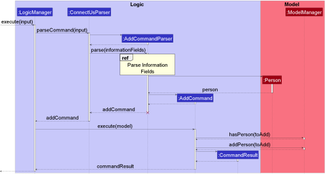
The PlantUML diagram docs/images/AddCommandSequenceDiagram.png in nus-cs2103-AY2223S2/tp, before a commit. Its diagram source:
```plantuml
@startuml
!include style.puml

skinparam defaultFontSize 40
skinparam SequenceReferencebackgroundColor LightYellow

box Logic LOGIC_COLOR_T1
participant ":LogicManager" as LogicManager LOGIC_COLOR
participant ":ConnectUsParser" as ConnectUsParser LOGIC_COLOR
participant ":AddCommandParser" as AddCommandParser LOGIC_COLOR
participant ":AddCommand" as AddCommand LOGIC_COLOR
participant ":CommandResult" as CommandResult LOGIC_COLOR
end box

box Model MODEL_COLOR_T1
participant ":Person" as Person MODEL_COLOR
participant ":ModelManager" as Model MODEL_COLOR
end box

[-> LogicManager : execute(input)
activate LogicManager

LogicManager -> ConnectUsParser : parseCommand(input)
activate ConnectUsParser

create AddCommandParser
ConnectUsParser -> AddCommandParser++
return

ConnectUsParser -> AddCommandParser:parse(informationFields)
activate AddCommandParser

ref over AddCommandParser
  Parse Information
  Fields
end

create Person
AddCommandParser -> Person++
return person

create AddCommand
AddCommandParser -> AddCommand++

return
return addCommand
destroy AddCommandParser
return addCommand
LogicManager->AddCommand++: execute(model)

AddCommand -> Model: hasPerson(toAdd)
activate Model
return

AddCommand -> Model: addPerson(toAdd)
activate Model
return

create CommandResult
AddCommand ->CommandResult++
return

return commandResult
return

@enduml
```
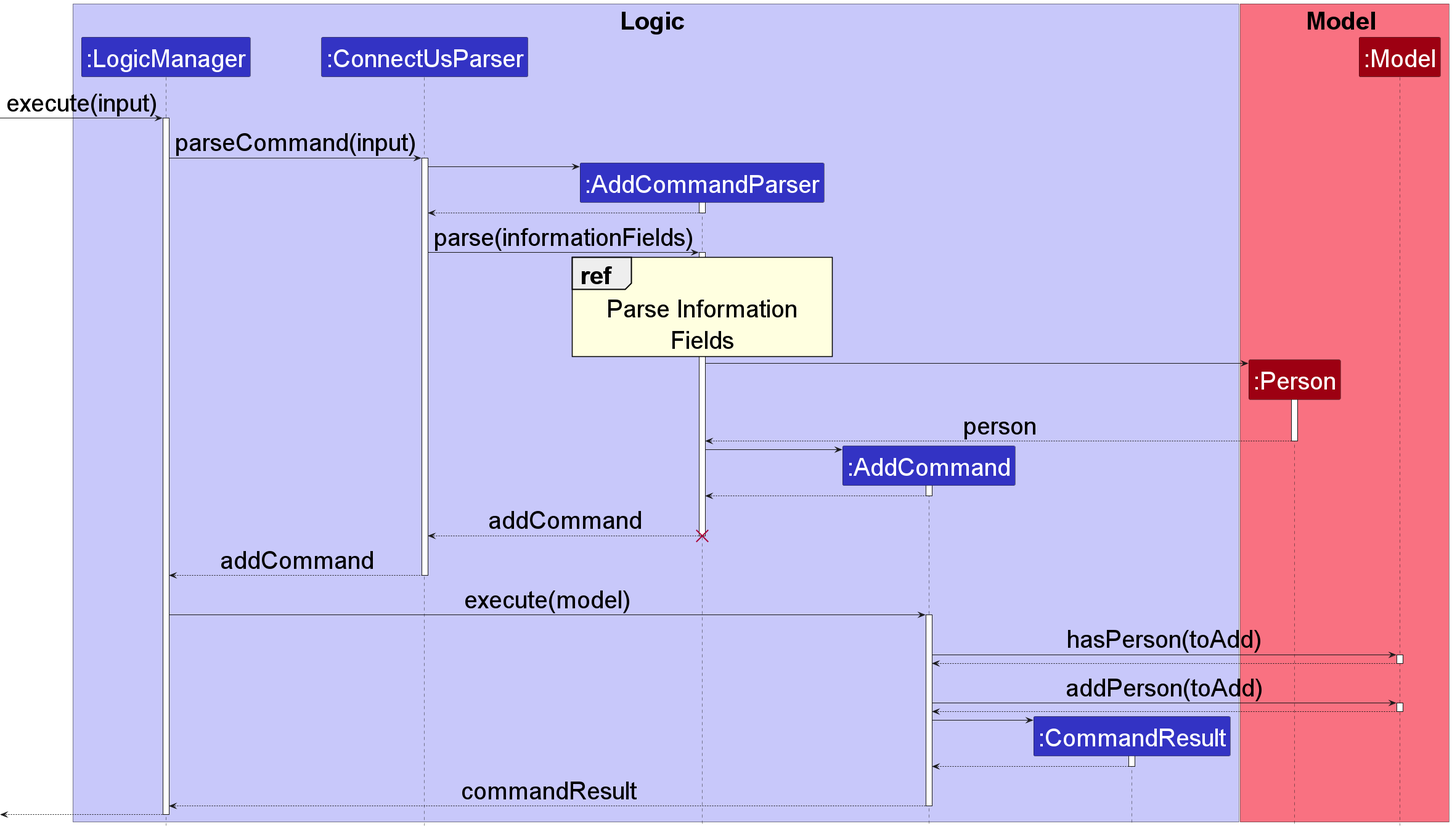
The same diagram one commit later.

Change to the diagram source:
```diff
@@ -14,7 +14,7 @@
 
 box Model MODEL_COLOR_T1
 participant ":Person" as Person MODEL_COLOR
-participant ":ModelManager" as Model MODEL_COLOR
+participant ":Model" as Model MODEL_COLOR
 end box
 
 [-> LogicManager : execute(input)
```
